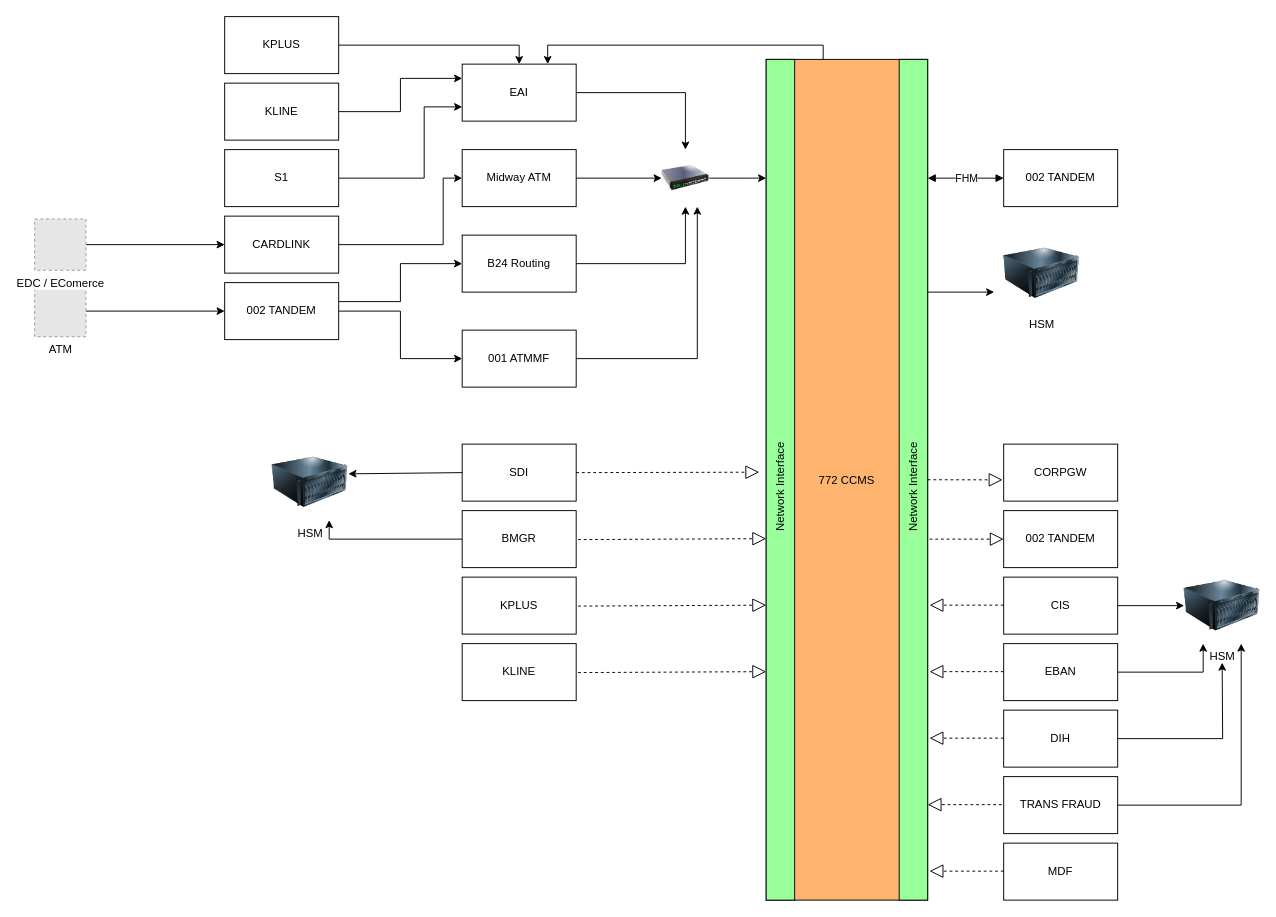
The draw.io diagram page "High Level Diagram" (11 of 11) of CCMS_Diagram.drawio in chawaratr/drawio, before the edit. Source tidied: cells renumbered, new cells numbered last; positions are measured from the earlier drawing's top-left corner, leaving out a move shared by most shapes. Both pictures are drawn from the tidied source at 95%, with x=0, y=0 at pixel (34, 16). Pictures stored in the file or linked from it are replaced by grey dashed boxes.
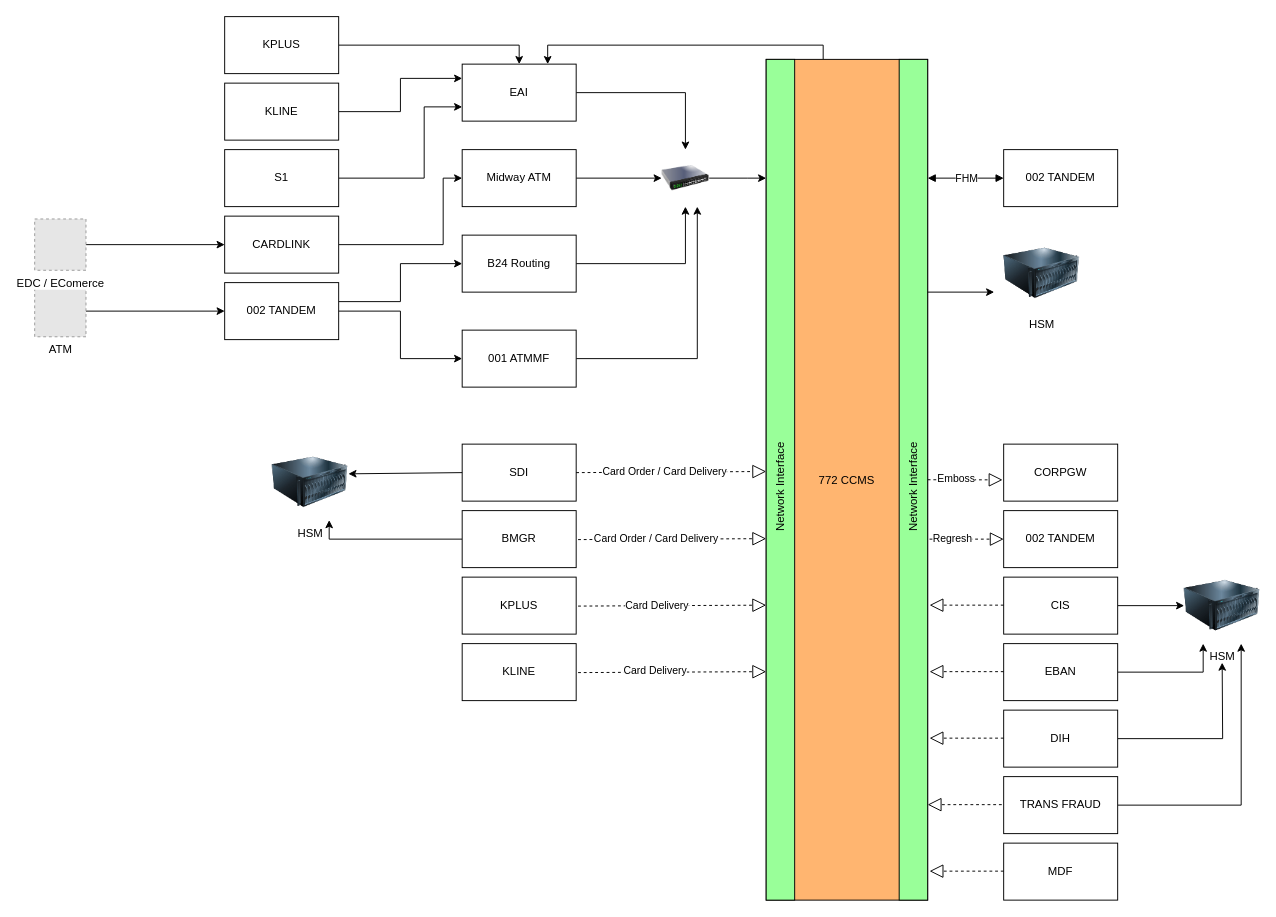
After the change.

Commit message:
add high level diagram

Unchanged cells that the change refers to:
```xml
<mxCell id="3" value="772 CCMS" style="rounded=0;whiteSpace=wrap;html=1;fillColor=#FFB570;" parent="1" vertex="1">
  <mxGeometry x="770" y="45" width="170" height="885" as="geometry" />
</mxCell>
<mxCell id="25" value="SDI" style="rounded=0;whiteSpace=wrap;html=1;" parent="1" vertex="1">
  <mxGeometry x="450" y="450" width="120" height="60" as="geometry" />
</mxCell>
<mxCell id="31" style="endArrow=block;dashed=1;endFill=0;endSize=12;html=1;rounded=0;entryX=-0.018;entryY=0.599;entryDx=0;entryDy=0;entryPerimeter=0;exitX=1;exitY=0.5;exitDx=0;exitDy=0;" parent="1" edge="1">
  <mxGeometry relative="1" as="geometry">
    <mxPoint x="572" y="550.5" as="sourcePoint" />
    <mxPoint x="770" y="549.5" as="targetPoint" />
  </mxGeometry>
</mxCell>
<mxCell id="32" style="endArrow=block;dashed=1;endFill=0;endSize=12;html=1;rounded=0;entryX=-0.018;entryY=0.599;entryDx=0;entryDy=0;entryPerimeter=0;exitX=1;exitY=0.5;exitDx=0;exitDy=0;" parent="1" edge="1">
  <mxGeometry relative="1" as="geometry">
    <mxPoint x="572" y="620.5" as="sourcePoint" />
    <mxPoint x="770" y="619.5" as="targetPoint" />
  </mxGeometry>
</mxCell>
<mxCell id="33" style="endArrow=block;dashed=1;endFill=0;endSize=12;html=1;rounded=0;entryX=-0.018;entryY=0.599;entryDx=0;entryDy=0;entryPerimeter=0;exitX=1;exitY=0.5;exitDx=0;exitDy=0;" parent="1" edge="1">
  <mxGeometry relative="1" as="geometry">
    <mxPoint x="572" y="690.5" as="sourcePoint" />
    <mxPoint x="770" y="689.5" as="targetPoint" />
  </mxGeometry>
</mxCell>
<mxCell id="45" style="endArrow=block;dashed=1;endFill=0;endSize=12;html=1;rounded=0;exitX=1;exitY=0.5;exitDx=0;exitDy=0;entryX=-0.01;entryY=0.627;entryDx=0;entryDy=0;entryPerimeter=0;" parent="1" edge="1" source="3" target="34">
  <mxGeometry relative="1" as="geometry" />
</mxCell>
<mxCell id="46" style="endArrow=block;dashed=1;endFill=0;endSize=12;html=1;rounded=0;entryX=0;entryY=0.5;entryDx=0;entryDy=0;" parent="1" edge="1" target="35">
  <mxGeometry relative="1" as="geometry">
    <mxPoint x="942" y="550" as="sourcePoint" />
  </mxGeometry>
</mxCell>
```

Diff of the diagram source:
```diff
@@
-    <mxCell id="30" style="endArrow=block;dashed=1;endFill=0;endSize=12;html=1;rounded=0;entryX=-0.043;entryY=0.491;entryDx=0;entryDy=0;entryPerimeter=0;exitX=1;exitY=0.5;exitDx=0;exitDy=0;" parent="1" edge="1" source="25" target="3">
-      <mxGeometry relative="1" as="geometry" />
+    <mxCell id="30" style="endArrow=block;dashed=1;endFill=0;endSize=12;html=1;rounded=0;entryX=-0.043;entryY=0.491;entryDx=0;entryDy=0;entryPerimeter=0;exitX=1;exitY=0.5;exitDx=0;exitDy=0;" parent="1" edge="1" source="25">
+      <mxGeometry relative="1" as="geometry">
+        <mxPoint x="770" y="478.8" as="targetPoint" />
+      </mxGeometry>
     </mxCell>
+    <mxCell id="68" value="Card Order / Card Delivery" style="edgeLabel;html=1;align=center;verticalAlign=middle;" parent="30" vertex="1">
+      <mxGeometry x="-0.07" y="1" relative="1" as="geometry" />
+    </mxCell>
@@
+    <mxCell id="69" value="Card Order / Card Delivery" style="edgeLabel;html=1;align=center;verticalAlign=middle;" parent="31" vertex="1">
+      <mxGeometry x="-0.16" y="1" relative="1" as="geometry">
+        <mxPoint x="-1" as="offset" />
+      </mxGeometry>
+    </mxCell>
@@
+    <mxCell id="70" value="Card Delivery" style="edgeLabel;html=1;align=center;verticalAlign=middle;" parent="32" vertex="1">
+      <mxGeometry x="-0.15" y="1" relative="1" as="geometry">
+        <mxPoint x="-1" as="offset" />
+      </mxGeometry>
+    </mxCell>
@@
+    <mxCell id="71" value="Card Delivery" style="edgeLabel;html=1;align=center;verticalAlign=middle;" parent="33" vertex="1">
+      <mxGeometry x="-0.17" y="3" relative="1" as="geometry">
+        <mxPoint x="-1" as="offset" />
+      </mxGeometry>
+    </mxCell>
@@
+    <mxCell id="72" value="Emboss" style="edgeLabel;html=1;align=center;verticalAlign=middle;" parent="45" vertex="1">
+      <mxGeometry x="-0.26" y="2" relative="1" as="geometry" />
+    </mxCell>
@@
+    <mxCell id="73" value="Regresh" style="edgeLabel;html=1;align=center;verticalAlign=middle;" parent="46" vertex="1">
+      <mxGeometry x="-0.4" y="2" relative="1" as="geometry" />
+    </mxCell>
```
